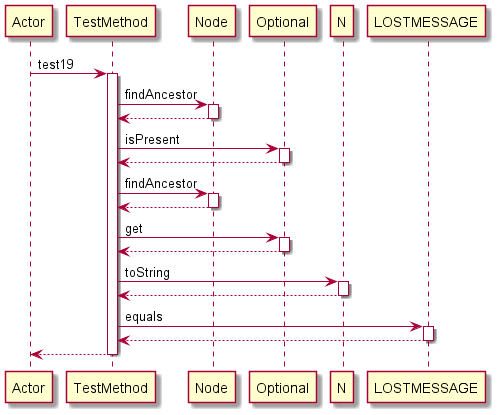
This is Diagrams/test19.png from manucapo/Gardener, a PlantUML export, as it was before one commit. Source of this version:
```plantuml
@startuml
participant Actor
Actor -> TestMethod: test19
activate TestMethod
TestMethod -> Node: findAncestor
activate Node
Node-->TestMethod
deactivate Node
TestMethod -> Optional: isPresent
activate Optional
Optional-->TestMethod
deactivate Optional
TestMethod -> Node: findAncestor
activate Node
Node-->TestMethod
deactivate Node
TestMethod -> Optional: get
activate Optional
Optional-->TestMethod
deactivate Optional
TestMethod -> N: toString
activate N
N-->TestMethod
deactivate N
TestMethod -> LOSTMESSAGE: equals
activate LOSTMESSAGE
LOSTMESSAGE-->TestMethod
deactivate LOSTMESSAGE
return
@enduml
```
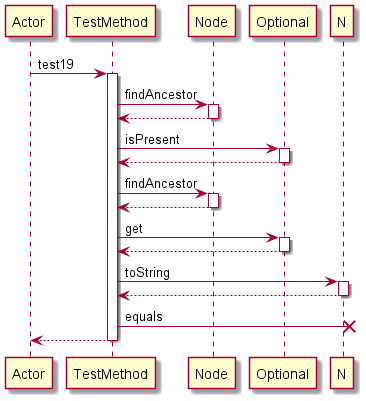
After the commit.

The edit, as a diff of the source:
```diff
@@ -22,9 +22,6 @@
 activate N
 N-->TestMethod
 deactivate N
-TestMethod -> LOSTMESSAGE: equals
-activate LOSTMESSAGE
-LOSTMESSAGE-->TestMethod
-deactivate LOSTMESSAGE
+TestMethod ->x] : equals
 return
 @enduml
```
